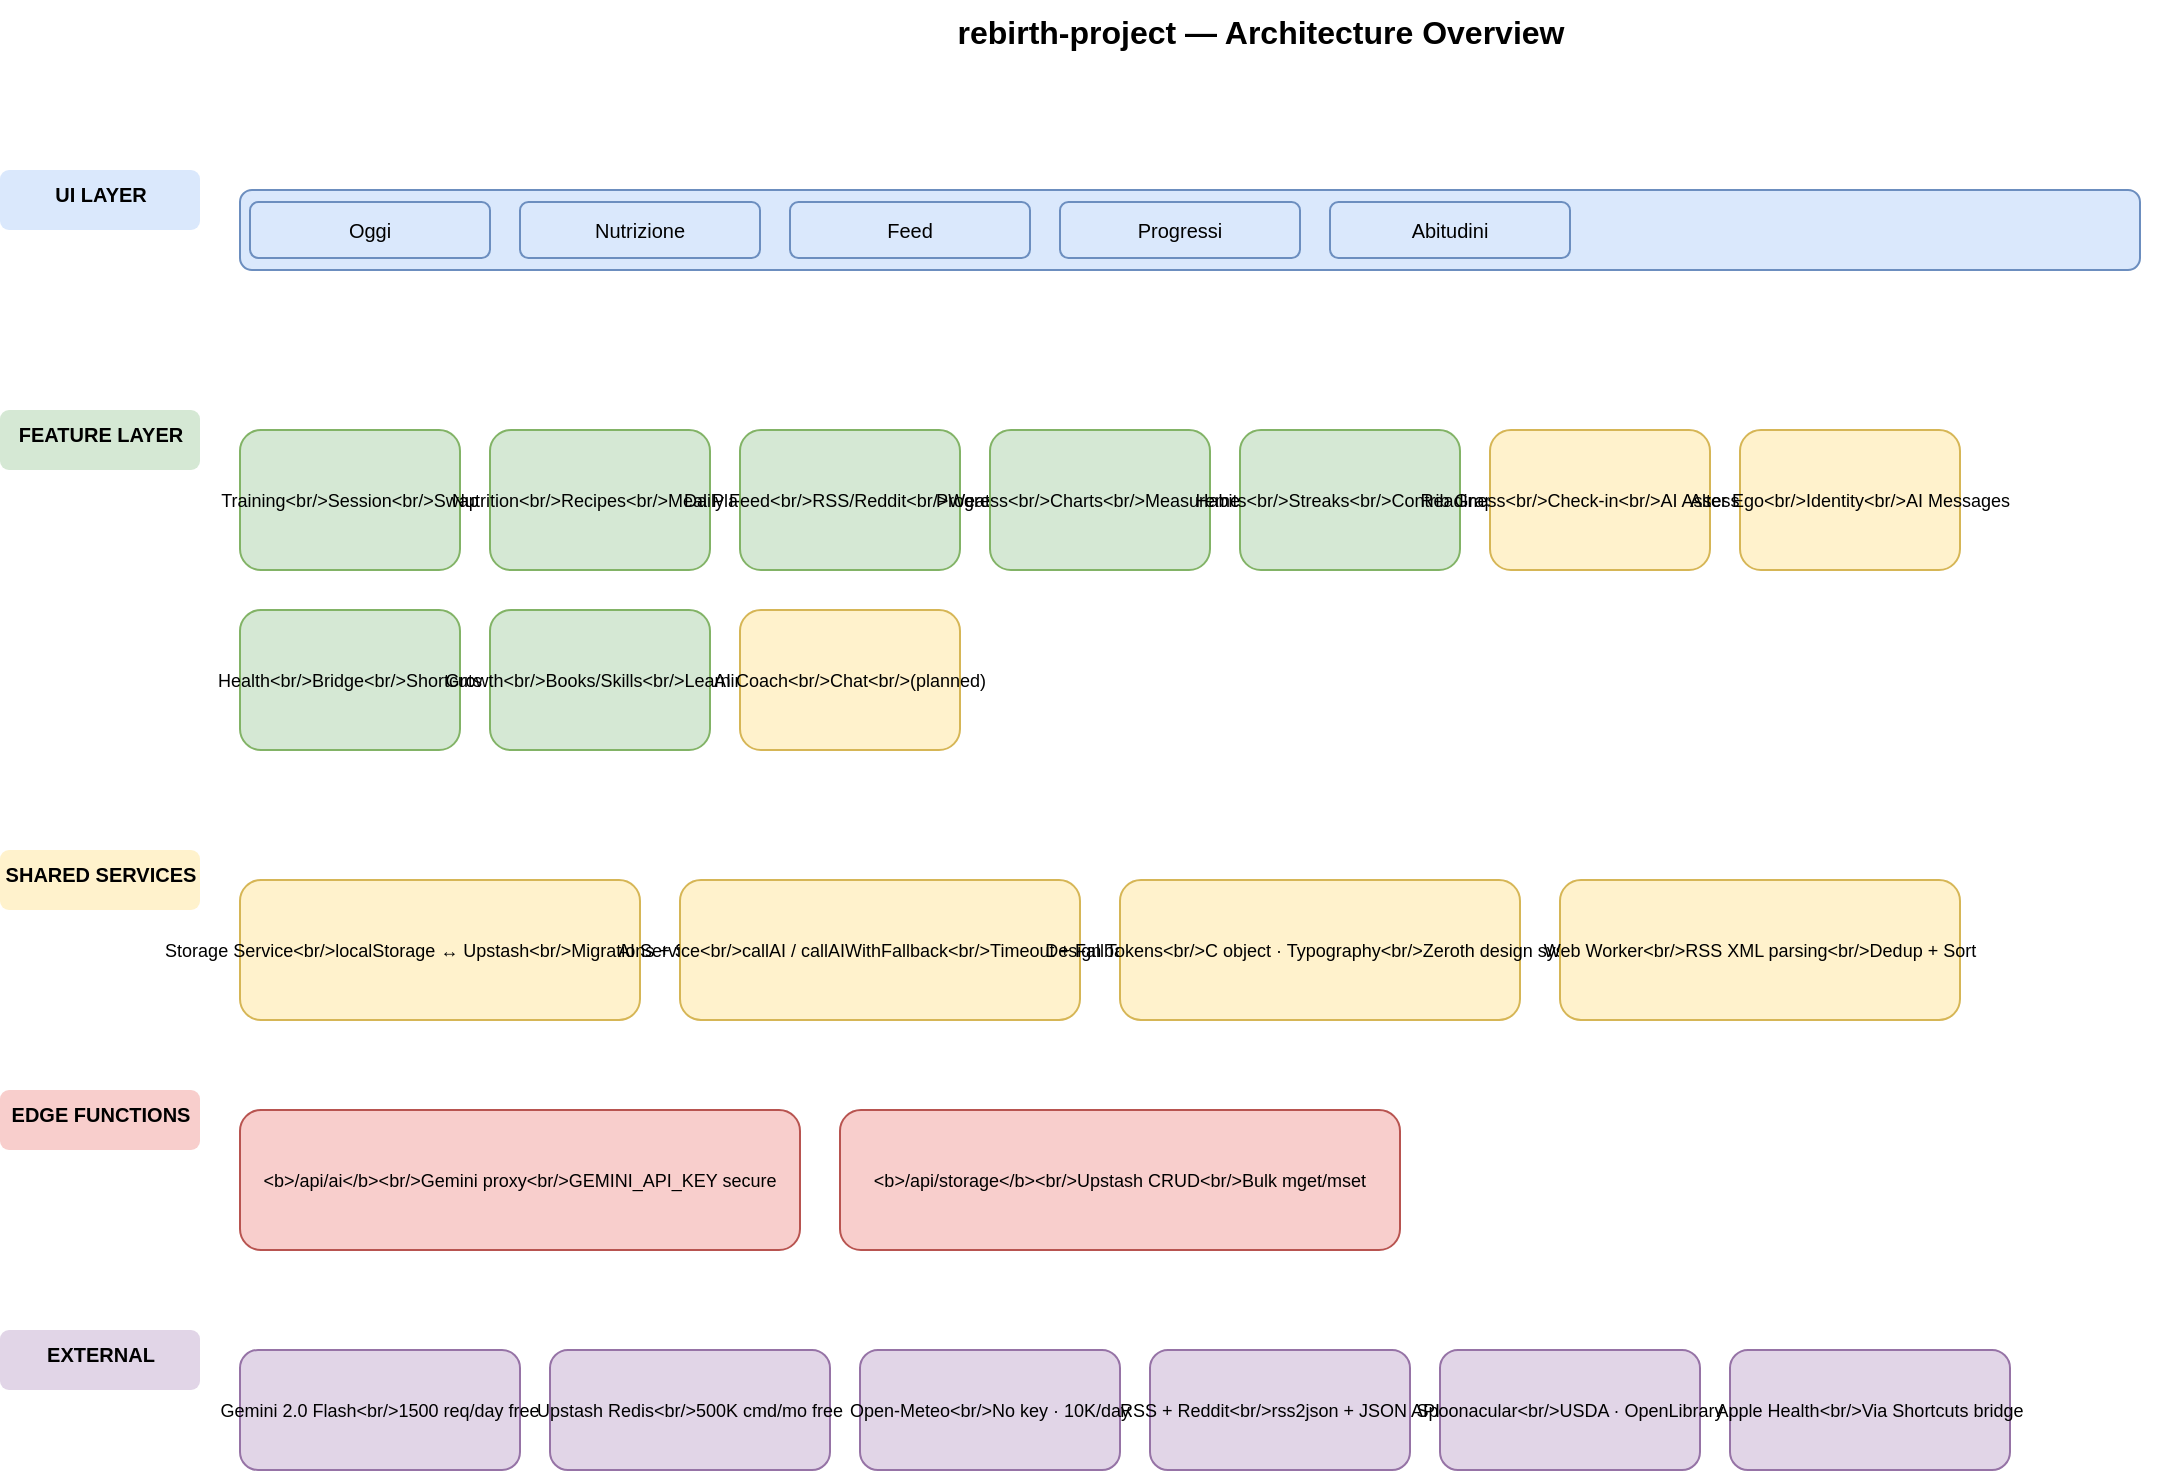
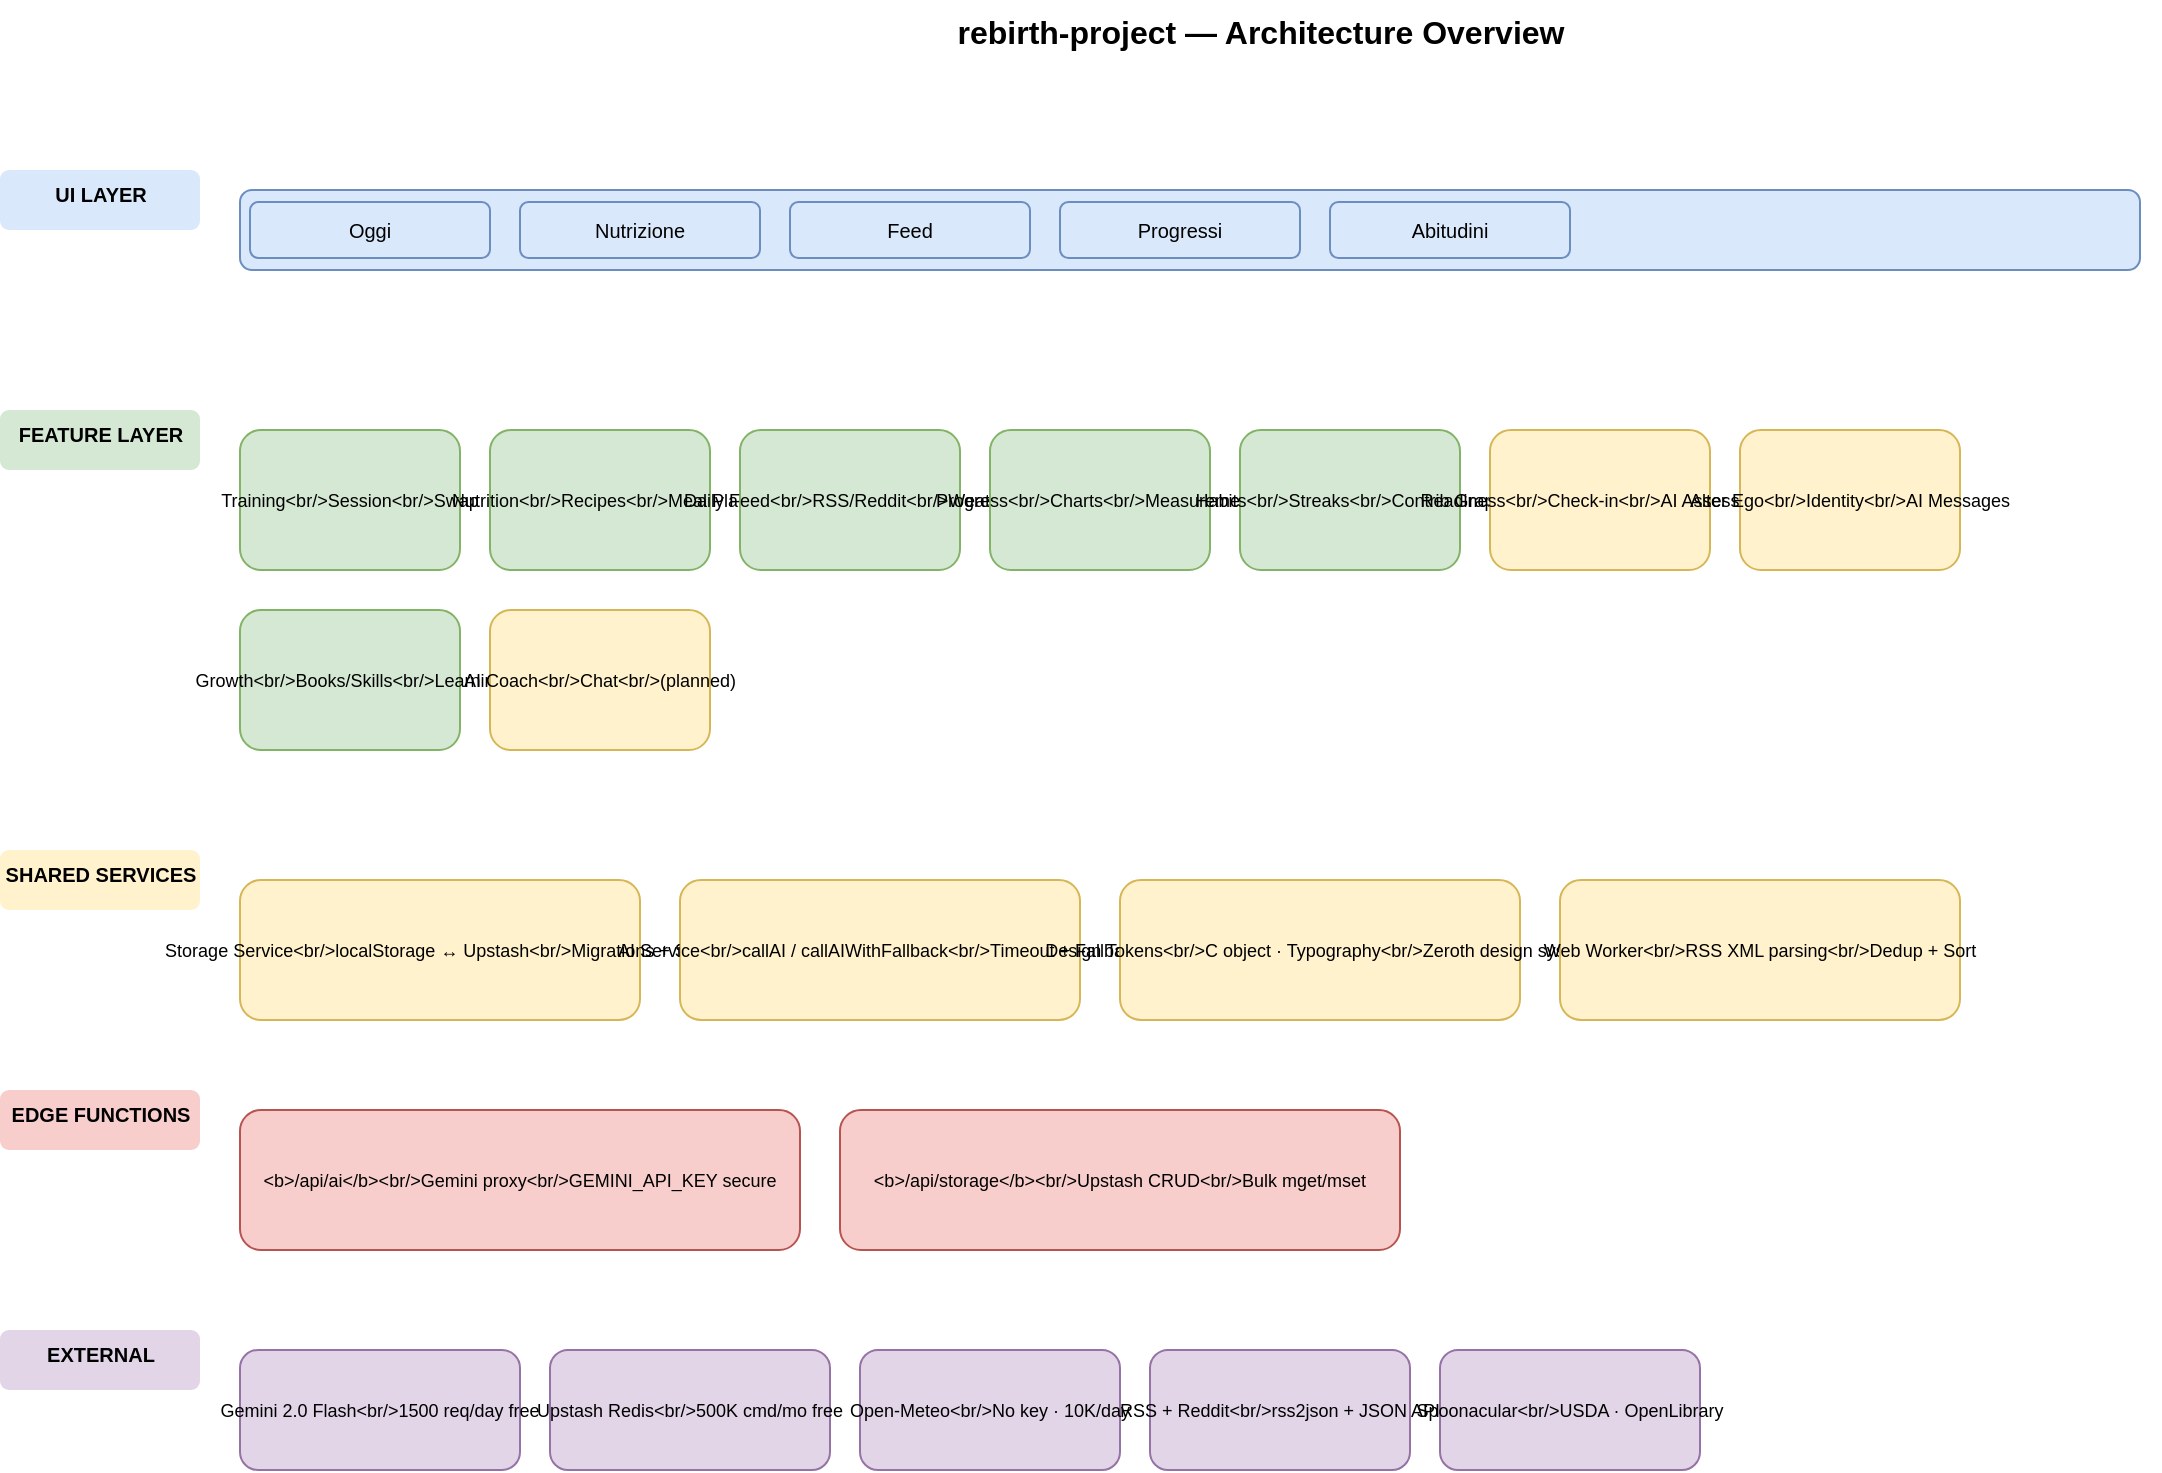
<mxfile host="Claude Code" version="21.0.0">
  <diagram name="Architecture Overview" id="arch-overview">
    <mxGraphModel dx="1400" dy="900" grid="1" gridSize="10">
      <root>
        <mxCell id="0"/><mxCell id="1" parent="0"/>

        <mxCell id="t1" value="rebirth-project — Architecture Overview" style="text;html=1;strokeColor=none;fillColor=none;align=center;fontSize=16;fontStyle=1;" vertex="1" parent="1">
          <mxGeometry x="200" y="15" width="900" height="30" as="geometry"/>
        </mxCell>

        <mxCell id="ll1" value="UI LAYER" style="text;html=1;strokeColor=none;fillColor=#dae8fc;align=center;fontStyle=1;fontSize=10;rounded=1;" vertex="1" parent="1">
          <mxGeometry x="20" y="100" width="100" height="30" as="geometry"/>
        </mxCell>
        <mxCell id="ll2" value="FEATURE LAYER" style="text;html=1;strokeColor=none;fillColor=#d5e8d4;align=center;fontStyle=1;fontSize=10;rounded=1;" vertex="1" parent="1">
          <mxGeometry x="20" y="220" width="100" height="30" as="geometry"/>
        </mxCell>
        <mxCell id="ll3" value="SHARED SERVICES" style="text;html=1;strokeColor=none;fillColor=#fff2cc;align=center;fontStyle=1;fontSize=10;rounded=1;" vertex="1" parent="1">
          <mxGeometry x="20" y="440" width="100" height="30" as="geometry"/>
        </mxCell>
        <mxCell id="ll4" value="EDGE FUNCTIONS" style="text;html=1;strokeColor=none;fillColor=#f8cecc;align=center;fontStyle=1;fontSize=10;rounded=1;" vertex="1" parent="1">
          <mxGeometry x="20" y="560" width="100" height="30" as="geometry"/>
        </mxCell>
        <mxCell id="ll5" value="EXTERNAL" style="text;html=1;strokeColor=none;fillColor=#e1d5e7;align=center;fontStyle=1;fontSize=10;rounded=1;" vertex="1" parent="1">
          <mxGeometry x="20" y="680" width="100" height="30" as="geometry"/>
        </mxCell>

        <mxCell id="nav" value="Bottom Nav" style="rounded=1;fillColor=#dae8fc;strokeColor=#6c8ebf;fontSize=10;" vertex="1" parent="1">
          <mxGeometry x="140" y="110" width="950" height="40" as="geometry"/>
        </mxCell>
        <mxCell id="t_oggi" value="Oggi" style="rounded=1;fillColor=#dae8fc;strokeColor=#6c8ebf;fontSize=10;" vertex="1" parent="1">
          <mxGeometry x="145" y="116" width="120" height="28" as="geometry"/>
        </mxCell>
        <mxCell id="t_cibo" value="Nutrizione" style="rounded=1;fillColor=#dae8fc;strokeColor=#6c8ebf;fontSize=10;" vertex="1" parent="1">
          <mxGeometry x="280" y="116" width="120" height="28" as="geometry"/>
        </mxCell>
        <mxCell id="t_feed" value="Feed" style="rounded=1;fillColor=#dae8fc;strokeColor=#6c8ebf;fontSize=10;" vertex="1" parent="1">
          <mxGeometry x="415" y="116" width="120" height="28" as="geometry"/>
        </mxCell>
        <mxCell id="t_prog" value="Progressi" style="rounded=1;fillColor=#dae8fc;strokeColor=#6c8ebf;fontSize=10;" vertex="1" parent="1">
          <mxGeometry x="550" y="116" width="120" height="28" as="geometry"/>
        </mxCell>
        <mxCell id="t_habit" value="Abitudini" style="rounded=1;fillColor=#dae8fc;strokeColor=#6c8ebf;fontSize=10;" vertex="1" parent="1">
          <mxGeometry x="685" y="116" width="120" height="28" as="geometry"/>
        </mxCell>

        <mxCell id="f1" value="Training&lt;br/&gt;Session&lt;br/&gt;Swap" style="rounded=1;fillColor=#d5e8d4;strokeColor=#82b366;fontSize=9;align=center;" vertex="1" parent="1">
          <mxGeometry x="140" y="230" width="110" height="70" as="geometry"/>
        </mxCell>
        <mxCell id="f2" value="Nutrition&lt;br/&gt;Recipes&lt;br/&gt;Meal Plan" style="rounded=1;fillColor=#d5e8d4;strokeColor=#82b366;fontSize=9;align=center;" vertex="1" parent="1">
          <mxGeometry x="265" y="230" width="110" height="70" as="geometry"/>
        </mxCell>
        <mxCell id="f3" value="Daily Feed&lt;br/&gt;RSS/Reddit&lt;br/&gt;Weather" style="rounded=1;fillColor=#d5e8d4;strokeColor=#82b366;fontSize=9;align=center;" vertex="1" parent="1">
          <mxGeometry x="390" y="230" width="110" height="70" as="geometry"/>
        </mxCell>
        <mxCell id="f4" value="Progress&lt;br/&gt;Charts&lt;br/&gt;Measurements" style="rounded=1;fillColor=#d5e8d4;strokeColor=#82b366;fontSize=9;align=center;" vertex="1" parent="1">
          <mxGeometry x="515" y="230" width="110" height="70" as="geometry"/>
        </mxCell>
        <mxCell id="f5" value="Habits&lt;br/&gt;Streaks&lt;br/&gt;Contrib Graph" style="rounded=1;fillColor=#d5e8d4;strokeColor=#82b366;fontSize=9;align=center;" vertex="1" parent="1">
          <mxGeometry x="640" y="230" width="110" height="70" as="geometry"/>
        </mxCell>
        <mxCell id="f6" value="Readiness&lt;br/&gt;Check-in&lt;br/&gt;AI Assessment" style="rounded=1;fillColor=#fff2cc;strokeColor=#d6b656;fontSize=9;align=center;" vertex="1" parent="1">
          <mxGeometry x="765" y="230" width="110" height="70" as="geometry"/>
        </mxCell>
        <mxCell id="f7" value="Alter Ego&lt;br/&gt;Identity&lt;br/&gt;AI Messages" style="rounded=1;fillColor=#fff2cc;strokeColor=#d6b656;fontSize=9;align=center;" vertex="1" parent="1">
          <mxGeometry x="890" y="230" width="110" height="70" as="geometry"/>
        </mxCell>
-         <mxCell id="f8" value="Health&lt;br/&gt;Bridge&lt;br/&gt;Shortcuts" style="rounded=1;fillColor=#d5e8d4;strokeColor=#82b366;fontSize=9;align=center;" vertex="1" parent="1">
+         <mxCell id="f9" value="Growth&lt;br/&gt;Books/Skills&lt;br/&gt;Learning" style="rounded=1;fillColor=#d5e8d4;strokeColor=#82b366;fontSize=9;align=center;" vertex="1" parent="1">
          <mxGeometry x="140" y="320" width="110" height="70" as="geometry"/>
        </mxCell>
-         <mxCell id="f9" value="Growth&lt;br/&gt;Books/Skills&lt;br/&gt;Learning" style="rounded=1;fillColor=#d5e8d4;strokeColor=#82b366;fontSize=9;align=center;" vertex="1" parent="1">
+         <mxCell id="f10" value="AI Coach&lt;br/&gt;Chat&lt;br/&gt;(planned)" style="rounded=1;fillColor=#fff2cc;strokeColor=#d6b656;fontSize=9;align=center;" vertex="1" parent="1">
          <mxGeometry x="265" y="320" width="110" height="70" as="geometry"/>
-         </mxCell>
-         <mxCell id="f10" value="AI Coach&lt;br/&gt;Chat&lt;br/&gt;(planned)" style="rounded=1;fillColor=#fff2cc;strokeColor=#d6b656;fontSize=9;align=center;" vertex="1" parent="1">
-           <mxGeometry x="390" y="320" width="110" height="70" as="geometry"/>
        </mxCell>

        <mxCell id="s1" value="Storage Service&lt;br/&gt;localStorage ↔ Upstash&lt;br/&gt;Migrations + Sync" style="rounded=1;fillColor=#fff2cc;strokeColor=#d6b656;fontSize=9;align=center;" vertex="1" parent="1">
          <mxGeometry x="140" y="455" width="200" height="70" as="geometry"/>
        </mxCell>
        <mxCell id="s2" value="AI Service&lt;br/&gt;callAI / callAIWithFallback&lt;br/&gt;Timeout + Fallback" style="rounded=1;fillColor=#fff2cc;strokeColor=#d6b656;fontSize=9;align=center;" vertex="1" parent="1">
          <mxGeometry x="360" y="455" width="200" height="70" as="geometry"/>
        </mxCell>
        <mxCell id="s3" value="Design Tokens&lt;br/&gt;C object · Typography&lt;br/&gt;Zeroth design system" style="rounded=1;fillColor=#fff2cc;strokeColor=#d6b656;fontSize=9;align=center;" vertex="1" parent="1">
          <mxGeometry x="580" y="455" width="200" height="70" as="geometry"/>
        </mxCell>
        <mxCell id="s4" value="Web Worker&lt;br/&gt;RSS XML parsing&lt;br/&gt;Dedup + Sort" style="rounded=1;fillColor=#fff2cc;strokeColor=#d6b656;fontSize=9;align=center;" vertex="1" parent="1">
          <mxGeometry x="800" y="455" width="200" height="70" as="geometry"/>
        </mxCell>

        <mxCell id="e1" value="&lt;b&gt;/api/ai&lt;/b&gt;&lt;br/&gt;Gemini proxy&lt;br/&gt;GEMINI_API_KEY secure" style="rounded=1;fillColor=#f8cecc;strokeColor=#b85450;fontSize=9;align=center;" vertex="1" parent="1">
          <mxGeometry x="140" y="570" width="280" height="70" as="geometry"/>
        </mxCell>
        <mxCell id="e2" value="&lt;b&gt;/api/storage&lt;/b&gt;&lt;br/&gt;Upstash CRUD&lt;br/&gt;Bulk mget/mset" style="rounded=1;fillColor=#f8cecc;strokeColor=#b85450;fontSize=9;align=center;" vertex="1" parent="1">
          <mxGeometry x="440" y="570" width="280" height="70" as="geometry"/>
        </mxCell>

        <mxCell id="ex1" value="Gemini 2.0 Flash&lt;br/&gt;1500 req/day free" style="rounded=1;fillColor=#e1d5e7;strokeColor=#9673a6;fontSize=9;align=center;" vertex="1" parent="1">
          <mxGeometry x="140" y="690" width="140" height="60" as="geometry"/>
        </mxCell>
        <mxCell id="ex2" value="Upstash Redis&lt;br/&gt;500K cmd/mo free" style="rounded=1;fillColor=#e1d5e7;strokeColor=#9673a6;fontSize=9;align=center;" vertex="1" parent="1">
          <mxGeometry x="295" y="690" width="140" height="60" as="geometry"/>
        </mxCell>
        <mxCell id="ex3" value="Open-Meteo&lt;br/&gt;No key · 10K/day" style="rounded=1;fillColor=#e1d5e7;strokeColor=#9673a6;fontSize=9;align=center;" vertex="1" parent="1">
          <mxGeometry x="450" y="690" width="130" height="60" as="geometry"/>
        </mxCell>
        <mxCell id="ex4" value="RSS + Reddit&lt;br/&gt;rss2json + JSON API" style="rounded=1;fillColor=#e1d5e7;strokeColor=#9673a6;fontSize=9;align=center;" vertex="1" parent="1">
          <mxGeometry x="595" y="690" width="130" height="60" as="geometry"/>
        </mxCell>
        <mxCell id="ex5" value="Spoonacular&lt;br/&gt;USDA · OpenLibrary" style="rounded=1;fillColor=#e1d5e7;strokeColor=#9673a6;fontSize=9;align=center;" vertex="1" parent="1">
          <mxGeometry x="740" y="690" width="130" height="60" as="geometry"/>
        </mxCell>
-         <mxCell id="ex6" value="Apple Health&lt;br/&gt;Via Shortcuts bridge" style="rounded=1;fillColor=#e1d5e7;strokeColor=#9673a6;fontSize=9;align=center;" vertex="1" parent="1">
-           <mxGeometry x="885" y="690" width="140" height="60" as="geometry"/>
-         </mxCell>
- 
      </root>
    </mxGraphModel>
  </diagram>
</mxfile>
